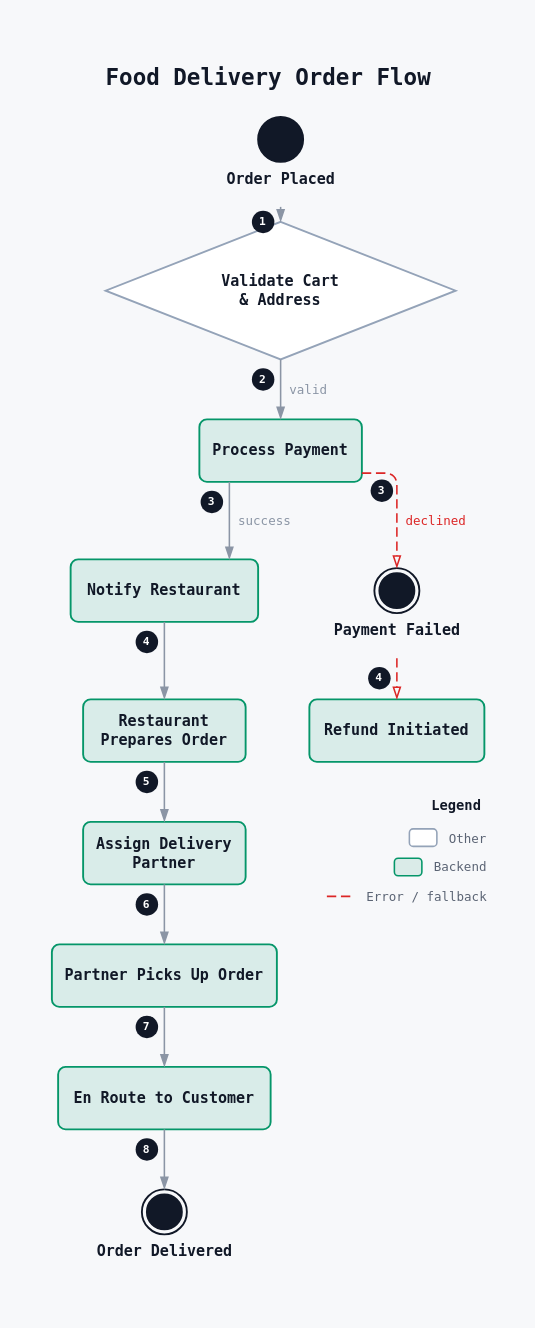
This is examples/swiggy_order_flow/swiggy_order_flow.drawio from rg12301/rdg, a draw.io file, before an edit. Source tidied: cells renumbered, new cells numbered last; positions are measured from the earlier drawing's top-left corner, leaving out a move shared by most shapes. Both pictures are drawn from the tidied source at 125%, with x=0, y=0 at pixel (21, 21).
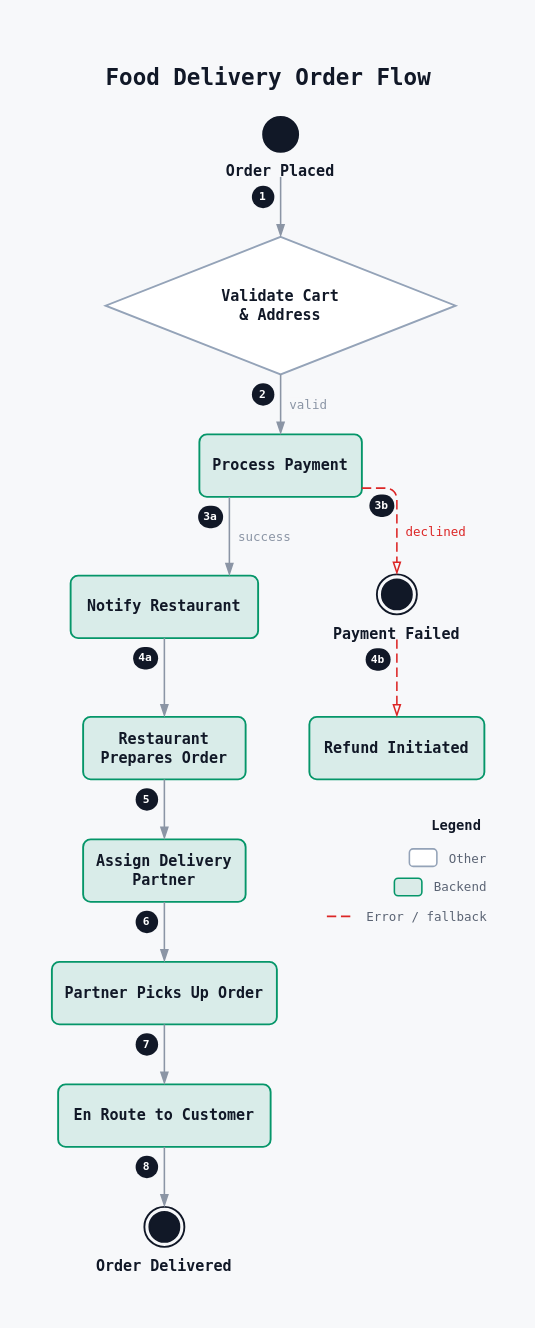
The same diagram, later.

Change to the diagram source:
```diff
@@
     <mxCell id="2" style="rounded=0;fillColor=none;strokeColor=none;selectable=0;" parent="1" vertex="1">
-      <mxGeometry width="394" height="998" as="geometry" />
+      <mxGeometry width="394" height="1028" as="geometry" />
     </mxCell>
@@
-    <mxCell id="4" value="&lt;b&gt;Order Placed&lt;/b&gt;" style="ellipse;html=1;whiteSpace=wrap;fillColor=#111827;fillOpacity=100;strokeColor=#111827;strokeWidth=1.5;shadow=0;fontFamily=JetBrains Mono, ui-monospace, SFMono-Regular, Menlo, Consolas, monospace;fontSize=12;fontColor=#111827;fontStyle=0;verticalLabelPosition=bottom;verticalAlign=top;whiteSpace=nowrap;" parent="1" vertex="1">
-      <mxGeometry x="189" y="76" width="36" height="36" as="geometry" />
+    <mxCell id="4" value="&lt;b&gt;Order Placed&lt;/b&gt;" style="rounded=0;html=1;whiteSpace=wrap;fillColor=none;fillOpacity=100;strokeColor=none;strokeWidth=1.5;shadow=0;fontFamily=JetBrains Mono, ui-monospace, SFMono-Regular, Menlo, Consolas, monospace;fontSize=12;fontColor=#111827;fontStyle=0;align=center;verticalAlign=top;spacingTop=30;spacingBottom=0;spacingLeft=0;spacingRight=0;" parent="1" vertex="1">
+      <mxGeometry x="159" y="76" width="96" height="48" as="geometry" />
     </mxCell>
+    <mxCell id="42" style="ellipse;html=1;fillColor=#111827;fillOpacity=100;strokeColor=#111827;strokeWidth=1.5;" parent="4" vertex="1">
+      <mxGeometry x="34" width="28" height="28" as="geometry" />
+    </mxCell>
     <mxCell id="5" value="&lt;b&gt;Validate Cart&lt;/b&gt;&lt;br/&gt;&lt;b&gt;&amp; Address&lt;/b&gt;" style="rhombus;html=1;whiteSpace=wrap;fillColor=#ffffff;fillOpacity=100;strokeColor=#94a3b8;strokeWidth=1.5;shadow=0;fontFamily=JetBrains Mono, ui-monospace, SFMono-Regular, Menlo, Consolas, monospace;fontSize=12;fontColor=#111827;fontStyle=0;align=center;verticalAlign=middle;spacingLeft=12;spacingRight=12;" parent="1" vertex="1">
-      <mxGeometry x="67" y="160" width="280" height="110" as="geometry" />
+      <mxGeometry x="67" y="172" width="280" height="110" as="geometry" />
     </mxCell>
     <mxCell id="6" value="&lt;b&gt;Process Payment&lt;/b&gt;" style="rounded=1;absoluteArcSize=1;arcSize=12;html=1;whiteSpace=wrap;fillColor=#059669;fillOpacity=12;strokeColor=#059669;strokeWidth=1.5;shadow=0;fontFamily=JetBrains Mono, ui-monospace, SFMono-Regular, Menlo, Consolas, monospace;fontSize=12;fontColor=#111827;fontStyle=0;align=center;verticalAlign=middle;spacingTop=4;spacingBottom=4;spacingLeft=8;spacingRight=8;" parent="1" vertex="1">
-      <mxGeometry x="142" y="318" width="130" height="50" as="geometry" />
+      <mxGeometry x="142" y="330" width="130" height="50" as="geometry" />
     </mxCell>
     <mxCell id="7" value="&lt;b&gt;Notify Restaurant&lt;/b&gt;" style="rounded=1;absoluteArcSize=1;arcSize=12;html=1;whiteSpace=wrap;fillColor=#059669;fillOpacity=12;strokeColor=#059669;strokeWidth=1.5;shadow=0;fontFamily=JetBrains Mono, ui-monospace, SFMono-Regular, Menlo, Consolas, monospace;fontSize=12;fontColor=#111827;fontStyle=0;align=center;verticalAlign=middle;spacingTop=4;spacingBottom=4;spacingLeft=8;spacingRight=8;" parent="1" vertex="1">
-      <mxGeometry x="39" y="430" width="150" height="50" as="geometry" />
+      <mxGeometry x="39" y="443" width="150" height="50" as="geometry" />
     </mxCell>
     <mxCell id="8" value="&lt;b&gt;Restaurant&lt;/b&gt;&lt;br/&gt;&lt;b&gt;Prepares Order&lt;/b&gt;" style="rounded=1;absoluteArcSize=1;arcSize=12;html=1;whiteSpace=wrap;fillColor=#059669;fillOpacity=12;strokeColor=#059669;strokeWidth=1.5;shadow=0;fontFamily=JetBrains Mono, ui-monospace, SFMono-Regular, Menlo, Consolas, monospace;fontSize=12;fontColor=#111827;fontStyle=0;align=center;verticalAlign=middle;spacingTop=4;spacingBottom=4;spacingLeft=8;spacingRight=8;" parent="1" vertex="1">
-      <mxGeometry x="49" y="542" width="130" height="50" as="geometry" />
+      <mxGeometry x="49" y="556" width="130" height="50" as="geometry" />
     </mxCell>
     <mxCell id="9" value="&lt;b&gt;Assign Delivery&lt;/b&gt;&lt;br/&gt;&lt;b&gt;Partner&lt;/b&gt;" style="rounded=1;absoluteArcSize=1;arcSize=12;html=1;whiteSpace=wrap;fillColor=#059669;fillOpacity=12;strokeColor=#059669;strokeWidth=1.5;shadow=0;fontFamily=JetBrains Mono, ui-monospace, SFMono-Regular, Menlo, Consolas, monospace;fontSize=12;fontColor=#111827;fontStyle=0;align=center;verticalAlign=middle;spacingTop=4;spacingBottom=4;spacingLeft=8;spacingRight=8;" parent="1" vertex="1">
-      <mxGeometry x="49" y="640" width="130" height="50" as="geometry" />
+      <mxGeometry x="49" y="654" width="130" height="50" as="geometry" />
     </mxCell>
     <mxCell id="10" value="&lt;b&gt;Partner Picks Up Order&lt;/b&gt;" style="rounded=1;absoluteArcSize=1;arcSize=12;html=1;whiteSpace=wrap;fillColor=#059669;fillOpacity=12;strokeColor=#059669;strokeWidth=1.5;shadow=0;fontFamily=JetBrains Mono, ui-monospace, SFMono-Regular, Menlo, Consolas, monospace;fontSize=12;fontColor=#111827;fontStyle=0;align=center;verticalAlign=middle;spacingTop=4;spacingBottom=4;spacingLeft=8;spacingRight=8;" parent="1" vertex="1">
-      <mxGeometry x="24" y="738" width="180" height="50" as="geometry" />
+      <mxGeometry x="24" y="752" width="180" height="50" as="geometry" />
     </mxCell>
     <mxCell id="11" value="&lt;b&gt;En Route to Customer&lt;/b&gt;" style="rounded=1;absoluteArcSize=1;arcSize=12;html=1;whiteSpace=wrap;fillColor=#059669;fillOpacity=12;strokeColor=#059669;strokeWidth=1.5;shadow=0;fontFamily=JetBrains Mono, ui-monospace, SFMono-Regular, Menlo, Consolas, monospace;fontSize=12;fontColor=#111827;fontStyle=0;align=center;verticalAlign=middle;spacingTop=4;spacingBottom=4;spacingLeft=8;spacingRight=8;" parent="1" vertex="1">
-      <mxGeometry x="29" y="836" width="170" height="50" as="geometry" />
+      <mxGeometry x="29" y="850" width="170" height="50" as="geometry" />
     </mxCell>
-    <mxCell id="12" value="&lt;b&gt;Order Delivered&lt;/b&gt;" style="shape=endState;html=1;whiteSpace=wrap;fillColor=#111827;fillOpacity=100;strokeColor=#111827;strokeWidth=1.5;shadow=0;fontFamily=JetBrains Mono, ui-monospace, SFMono-Regular, Menlo, Consolas, monospace;fontSize=12;fontColor=#111827;fontStyle=0;verticalLabelPosition=bottom;verticalAlign=top;whiteSpace=nowrap;" parent="1" vertex="1">
-      <mxGeometry x="96" y="934" width="36" height="36" as="geometry" />
+    <mxCell id="12" value="&lt;b&gt;Order Delivered&lt;/b&gt;" style="rounded=0;html=1;whiteSpace=wrap;fillColor=none;fillOpacity=100;strokeColor=none;strokeWidth=1.5;shadow=0;fontFamily=JetBrains Mono, ui-monospace, SFMono-Regular, Menlo, Consolas, monospace;fontSize=12;fontColor=#111827;fontStyle=0;align=center;verticalAlign=top;spacingTop=34;spacingBottom=0;spacingLeft=0;spacingRight=0;" parent="1" vertex="1">
+      <mxGeometry x="56" y="948" width="116" height="52" as="geometry" />
     </mxCell>
+    <mxCell id="43" style="shape=endState;html=1;fillColor=#111827;fillOpacity=100;strokeColor=#111827;strokeWidth=1.5;" parent="12" vertex="1">
+      <mxGeometry x="42" width="32" height="32" as="geometry" />
+    </mxCell>
-    <mxCell id="13" value="&lt;b&gt;Payment Failed&lt;/b&gt;" style="shape=endState;html=1;whiteSpace=wrap;fillColor=#111827;fillOpacity=100;strokeColor=#111827;strokeWidth=1.5;shadow=0;fontFamily=JetBrains Mono, ui-monospace, SFMono-Regular, Menlo, Consolas, monospace;fontSize=12;fontColor=#111827;fontStyle=0;verticalLabelPosition=bottom;verticalAlign=top;whiteSpace=nowrap;" parent="1" vertex="1">
-      <mxGeometry x="282" y="437" width="36" height="36" as="geometry" />
+    <mxCell id="13" value="&lt;b&gt;Payment Failed&lt;/b&gt;" style="rounded=0;html=1;whiteSpace=wrap;fillColor=none;fillOpacity=100;strokeColor=none;strokeWidth=1.5;shadow=0;fontFamily=JetBrains Mono, ui-monospace, SFMono-Regular, Menlo, Consolas, monospace;fontSize=12;fontColor=#111827;fontStyle=0;align=center;verticalAlign=top;spacingTop=34;spacingBottom=0;spacingLeft=0;spacingRight=0;" parent="1" vertex="1">
+      <mxGeometry x="244" y="442" width="112" height="52" as="geometry" />
     </mxCell>
+    <mxCell id="44" style="shape=endState;html=1;fillColor=#111827;fillOpacity=100;strokeColor=#111827;strokeWidth=1.5;" parent="13" vertex="1">
+      <mxGeometry x="40" width="32" height="32" as="geometry" />
+    </mxCell>
     <mxCell id="14" value="&lt;b&gt;Refund Initiated&lt;/b&gt;" style="rounded=1;absoluteArcSize=1;arcSize=12;html=1;whiteSpace=wrap;fillColor=#059669;fillOpacity=12;strokeColor=#059669;strokeWidth=1.5;shadow=0;fontFamily=JetBrains Mono, ui-monospace, SFMono-Regular, Menlo, Consolas, monospace;fontSize=12;fontColor=#111827;fontStyle=0;align=center;verticalAlign=middle;spacingTop=4;spacingBottom=4;spacingLeft=8;spacingRight=8;" parent="1" vertex="1">
-      <mxGeometry x="230" y="542" width="140" height="50" as="geometry" />
+      <mxGeometry x="230" y="556" width="140" height="50" as="geometry" />
     </mxCell>
-    <mxCell id="15" value="1" style="ellipse;whiteSpace=wrap;html=1;fillColor=#111827;strokeColor=none;fontColor=#ffffff;fontSize=9;fontStyle=1;fontFamily=JetBrains Mono, ui-monospace, SFMono-Regular, Menlo, Consolas, monospace;" parent="1" vertex="1">
-      <mxGeometry x="184" y="151" width="18" height="18" as="geometry" />
+    <mxCell id="15" value="1" style="rounded=1;arcSize=50;whiteSpace=wrap;html=1;fillColor=#111827;strokeColor=none;fontColor=#ffffff;fontSize=9;fontStyle=1;fontFamily=JetBrains Mono, ui-monospace, SFMono-Regular, Menlo, Consolas, monospace;spacing=0;" parent="1" vertex="1">
+      <mxGeometry x="184" y="131" width="18" height="18" as="geometry" />
     </mxCell>
-    <mxCell id="16" style="exitX=0.50000;exitY=2.0;exitDx=0;exitDy=0;exitPerimeter=0;entryX=0.50000;entryY=0.00000;entryDx=0;entryDy=0;entryPerimeter=0;edgeStyle=none;html=1;rounded=1;jumpStyle=arc;jumpSize=6;strokeColor=#8b95a5;strokeWidth=1.25;dashed=0;endArrow=blockThin;endFill=1;endSize=7;startArrow=none;labelBackgroundColor=#f7f8fa;labelBorderColor=none;fontFamily=JetBrains Mono, ui-monospace, SFMono-Regular, Menlo, Consolas, monospace;fontSize=10;fontColor=#8b95a5;" parent="1" edge="1" source="4" target="5">
+    <mxCell id="16" style="exitX=0.50000;exitY=1.00000;exitDx=0;exitDy=0;exitPerimeter=0;entryX=0.50000;entryY=0.00000;entryDx=0;entryDy=0;entryPerimeter=0;edgeStyle=none;html=1;rounded=1;jumpStyle=arc;jumpSize=6;strokeColor=#8b95a5;strokeWidth=1.25;dashed=0;endArrow=blockThin;endFill=1;endSize=7;startArrow=none;labelBackgroundColor=#f7f8fa;labelBorderColor=none;fontFamily=JetBrains Mono, ui-monospace, SFMono-Regular, Menlo, Consolas, monospace;fontSize=10;fontColor=#8b95a5;" parent="1" edge="1" source="4" target="5">
       <mxGeometry relative="1" as="geometry" />
     </mxCell>
-    <mxCell id="17" value="2" style="ellipse;whiteSpace=wrap;html=1;fillColor=#111827;strokeColor=none;fontColor=#ffffff;fontSize=9;fontStyle=1;fontFamily=JetBrains Mono, ui-monospace, SFMono-Regular, Menlo, Consolas, monospace;" parent="1" vertex="1">
-      <mxGeometry x="184" y="277" width="18" height="18" as="geometry" />
+    <mxCell id="17" value="2" style="rounded=1;arcSize=50;whiteSpace=wrap;html=1;fillColor=#111827;strokeColor=none;fontColor=#ffffff;fontSize=9;fontStyle=1;fontFamily=JetBrains Mono, ui-monospace, SFMono-Regular, Menlo, Consolas, monospace;spacing=0;" parent="1" vertex="1">
+      <mxGeometry x="184" y="289" width="18" height="18" as="geometry" />
     </mxCell>
@@
-    <mxCell id="19" value="3" style="ellipse;whiteSpace=wrap;html=1;fillColor=#111827;strokeColor=none;fontColor=#ffffff;fontSize=9;fontStyle=1;fontFamily=JetBrains Mono, ui-monospace, SFMono-Regular, Menlo, Consolas, monospace;" parent="1" vertex="1">
-      <mxGeometry x="143" y="375" width="18" height="18" as="geometry" />
+    <mxCell id="19" value="3a" style="rounded=1;arcSize=50;whiteSpace=wrap;html=1;fillColor=#111827;strokeColor=none;fontColor=#ffffff;fontSize=9;fontStyle=1;fontFamily=JetBrains Mono, ui-monospace, SFMono-Regular, Menlo, Consolas, monospace;spacing=0;" parent="1" vertex="1">
+      <mxGeometry x="141" y="387" width="20" height="18" as="geometry" />
     </mxCell>
@@
-    <mxCell id="21" value="3" style="ellipse;whiteSpace=wrap;html=1;fillColor=#111827;strokeColor=none;fontColor=#ffffff;fontSize=9;fontStyle=1;fontFamily=JetBrains Mono, ui-monospace, SFMono-Regular, Menlo, Consolas, monospace;" parent="1" vertex="1">
-      <mxGeometry x="279" y="366" width="18" height="18" as="geometry" />
+    <mxCell id="21" value="3b" style="rounded=1;arcSize=50;whiteSpace=wrap;html=1;fillColor=#111827;strokeColor=none;fontColor=#ffffff;fontSize=9;fontStyle=1;fontFamily=JetBrains Mono, ui-monospace, SFMono-Regular, Menlo, Consolas, monospace;spacing=0;" parent="1" vertex="1">
+      <mxGeometry x="278" y="378" width="20" height="18" as="geometry" />
     </mxCell>
     <mxCell id="22" value="declined" style="exitX=1.00000;exitY=0.86000;exitDx=0;exitDy=0;exitPerimeter=0;entryX=0.50000;entryY=0.00000;entryDx=0;entryDy=0;entryPerimeter=0;edgeStyle=none;html=1;rounded=1;jumpStyle=arc;jumpSize=6;strokeColor=#dc2626;strokeWidth=1.25;dashed=1;dashPattern=6 3;endArrow=blockThin;endFill=0;endSize=7;startArrow=none;labelBackgroundColor=#f7f8fa;labelBorderColor=none;fontFamily=JetBrains Mono, ui-monospace, SFMono-Regular, Menlo, Consolas, monospace;fontSize=10;fontColor=#dc2626;" parent="1" edge="1" source="6" target="13">
-      <mxGeometry x="0.27" y="31" relative="1" as="geometry">
+      <mxGeometry x="0.29" y="31" relative="1" as="geometry">
         <Array as="points">
-          <mxPoint x="300" y="361" />
+          <mxPoint x="300" y="373" />
         </Array>
       </mxGeometry>
     </mxCell>
-    <mxCell id="23" value="4" style="ellipse;whiteSpace=wrap;html=1;fillColor=#111827;strokeColor=none;fontColor=#ffffff;fontSize=9;fontStyle=1;fontFamily=JetBrains Mono, ui-monospace, SFMono-Regular, Menlo, Consolas, monospace;" parent="1" vertex="1">
-      <mxGeometry x="277" y="516" width="18" height="18" as="geometry" />
+    <mxCell id="23" value="4b" style="rounded=1;arcSize=50;whiteSpace=wrap;html=1;fillColor=#111827;strokeColor=none;fontColor=#ffffff;fontSize=9;fontStyle=1;fontFamily=JetBrains Mono, ui-monospace, SFMono-Regular, Menlo, Consolas, monospace;spacing=0;" parent="1" vertex="1">
+      <mxGeometry x="275" y="501" width="20" height="18" as="geometry" />
     </mxCell>
-    <mxCell id="24" style="exitX=0.50000;exitY=2.0;exitDx=0;exitDy=0;exitPerimeter=0;entryX=0.50000;entryY=0.00000;entryDx=0;entryDy=0;entryPerimeter=0;edgeStyle=none;html=1;rounded=1;jumpStyle=arc;jumpSize=6;strokeColor=#dc2626;strokeWidth=1.25;dashed=1;dashPattern=6 3;endArrow=blockThin;endFill=0;endSize=7;startArrow=none;labelBackgroundColor=#f7f8fa;labelBorderColor=none;fontFamily=JetBrains Mono, ui-monospace, SFMono-Regular, Menlo, Consolas, monospace;fontSize=10;fontColor=#dc2626;" parent="1" edge="1" source="13" target="14">
+    <mxCell id="24" style="exitX=0.50000;exitY=1.00000;exitDx=0;exitDy=0;exitPerimeter=0;entryX=0.50000;entryY=0.00000;entryDx=0;entryDy=0;entryPerimeter=0;edgeStyle=none;html=1;rounded=1;jumpStyle=arc;jumpSize=6;strokeColor=#dc2626;strokeWidth=1.25;dashed=1;dashPattern=6 3;endArrow=blockThin;endFill=0;endSize=7;startArrow=none;labelBackgroundColor=#f7f8fa;labelBorderColor=none;fontFamily=JetBrains Mono, ui-monospace, SFMono-Regular, Menlo, Consolas, monospace;fontSize=10;fontColor=#dc2626;" parent="1" edge="1" source="13" target="14">
       <mxGeometry relative="1" as="geometry" />
     </mxCell>
-    <mxCell id="25" value="4" style="ellipse;whiteSpace=wrap;html=1;fillColor=#111827;strokeColor=none;fontColor=#ffffff;fontSize=9;fontStyle=1;fontFamily=JetBrains Mono, ui-monospace, SFMono-Regular, Menlo, Consolas, monospace;" parent="1" vertex="1">
-      <mxGeometry x="91" y="487" width="18" height="18" as="geometry" />
+    <mxCell id="25" value="4a" style="rounded=1;arcSize=50;whiteSpace=wrap;html=1;fillColor=#111827;strokeColor=none;fontColor=#ffffff;fontSize=9;fontStyle=1;fontFamily=JetBrains Mono, ui-monospace, SFMono-Regular, Menlo, Consolas, monospace;spacing=0;" parent="1" vertex="1">
+      <mxGeometry x="89" y="500" width="20" height="18" as="geometry" />
     </mxCell>
@@
-    <mxCell id="27" value="5" style="ellipse;whiteSpace=wrap;html=1;fillColor=#111827;strokeColor=none;fontColor=#ffffff;fontSize=9;fontStyle=1;fontFamily=JetBrains Mono, ui-monospace, SFMono-Regular, Menlo, Consolas, monospace;" parent="1" vertex="1">
-      <mxGeometry x="91" y="599" width="18" height="18" as="geometry" />
+    <mxCell id="27" value="5" style="rounded=1;arcSize=50;whiteSpace=wrap;html=1;fillColor=#111827;strokeColor=none;fontColor=#ffffff;fontSize=9;fontStyle=1;fontFamily=JetBrains Mono, ui-monospace, SFMono-Regular, Menlo, Consolas, monospace;spacing=0;" parent="1" vertex="1">
+      <mxGeometry x="91" y="613" width="18" height="18" as="geometry" />
     </mxCell>
@@
-    <mxCell id="29" value="6" style="ellipse;whiteSpace=wrap;html=1;fillColor=#111827;strokeColor=none;fontColor=#ffffff;fontSize=9;fontStyle=1;fontFamily=JetBrains Mono, ui-monospace, SFMono-Regular, Menlo, Consolas, monospace;" parent="1" vertex="1">
-      <mxGeometry x="91" y="697" width="18" height="18" as="geometry" />
+    <mxCell id="29" value="6" style="rounded=1;arcSize=50;whiteSpace=wrap;html=1;fillColor=#111827;strokeColor=none;fontColor=#ffffff;fontSize=9;fontStyle=1;fontFamily=JetBrains Mono, ui-monospace, SFMono-Regular, Menlo, Consolas, monospace;spacing=0;" parent="1" vertex="1">
+      <mxGeometry x="91" y="711" width="18" height="18" as="geometry" />
     </mxCell>
@@
-    <mxCell id="31" value="7" style="ellipse;whiteSpace=wrap;html=1;fillColor=#111827;strokeColor=none;fontColor=#ffffff;fontSize=9;fontStyle=1;fontFamily=JetBrains Mono, ui-monospace, SFMono-Regular, Menlo, Consolas, monospace;" parent="1" vertex="1">
-      <mxGeometry x="91" y="795" width="18" height="18" as="geometry" />
+    <mxCell id="31" value="7" style="rounded=1;arcSize=50;whiteSpace=wrap;html=1;fillColor=#111827;strokeColor=none;fontColor=#ffffff;fontSize=9;fontStyle=1;fontFamily=JetBrains Mono, ui-monospace, SFMono-Regular, Menlo, Consolas, monospace;spacing=0;" parent="1" vertex="1">
+      <mxGeometry x="91" y="809" width="18" height="18" as="geometry" />
     </mxCell>
@@
-    <mxCell id="33" value="8" style="ellipse;whiteSpace=wrap;html=1;fillColor=#111827;strokeColor=none;fontColor=#ffffff;fontSize=9;fontStyle=1;fontFamily=JetBrains Mono, ui-monospace, SFMono-Regular, Menlo, Consolas, monospace;" parent="1" vertex="1">
-      <mxGeometry x="91" y="893" width="18" height="18" as="geometry" />
+    <mxCell id="33" value="8" style="rounded=1;arcSize=50;whiteSpace=wrap;html=1;fillColor=#111827;strokeColor=none;fontColor=#ffffff;fontSize=9;fontStyle=1;fontFamily=JetBrains Mono, ui-monospace, SFMono-Regular, Menlo, Consolas, monospace;spacing=0;" parent="1" vertex="1">
+      <mxGeometry x="91" y="907" width="18" height="18" as="geometry" />
     </mxCell>
@@
     <mxCell id="35" value="Legend" style="text;html=1;strokeColor=none;fillColor=none;align=left;verticalAlign=middle;whiteSpace=nowrap;fontFamily=JetBrains Mono, ui-monospace, SFMono-Regular, Menlo, Consolas, monospace;fontSize=11;fontColor=#111827;fontStyle=1;" parent="1" vertex="1">
-      <mxGeometry x="326.4" y="620" width="43.6" height="14.9" as="geometry" />
+      <mxGeometry x="326.4" y="636" width="43.6" height="14.9" as="geometry" />
     </mxCell>
     <mxCell id="36" style="rounded=1;absoluteArcSize=1;arcSize=6;fillColor=#ffffff;fillOpacity=100;strokeColor=#94a3b8;strokeWidth=1.25;" parent="1" vertex="1">
-      <mxGeometry x="310" y="645.6" width="22" height="14" as="geometry" />
+      <mxGeometry x="310" y="661.6" width="22" height="14" as="geometry" />
     </mxCell>
     <mxCell id="37" value="Other" style="text;html=1;strokeColor=none;fillColor=none;align=left;verticalAlign=middle;whiteSpace=nowrap;fontFamily=JetBrains Mono, ui-monospace, SFMono-Regular, Menlo, Consolas, monospace;fontSize=10;fontColor=#5b6474;fontStyle=0;" parent="1" vertex="1">
-      <mxGeometry x="340" y="640.9" width="50" height="23.5" as="geometry" />
+      <mxGeometry x="340" y="656.9" width="50" height="23.5" as="geometry" />
     </mxCell>
     <mxCell id="38" style="rounded=1;absoluteArcSize=1;arcSize=6;fillColor=#059669;fillOpacity=12;strokeColor=#059669;strokeWidth=1.25;" parent="1" vertex="1">
-      <mxGeometry x="298" y="669.1" width="22" height="14" as="geometry" />
+      <mxGeometry x="298" y="685.1" width="22" height="14" as="geometry" />
     </mxCell>
     <mxCell id="39" value="Backend" style="text;html=1;strokeColor=none;fillColor=none;align=left;verticalAlign=middle;whiteSpace=nowrap;fontFamily=JetBrains Mono, ui-monospace, SFMono-Regular, Menlo, Consolas, monospace;fontSize=10;fontColor=#5b6474;fontStyle=0;" parent="1" vertex="1">
-      <mxGeometry x="328" y="664.4" width="62" height="23.5" as="geometry" />
+      <mxGeometry x="328" y="680.4" width="62" height="23.5" as="geometry" />
     </mxCell>
     <mxCell id="40" style="endArrow=none;html=1;strokeColor=#dc2626;strokeWidth=1.25;dashed=1;dashPattern=6 3;" parent="1" edge="1">
       <mxGeometry relative="1" as="geometry">
-        <mxPoint x="244" y="699.6" as="sourcePoint" />
-        <mxPoint x="266" y="699.6" as="targetPoint" />
+        <mxPoint x="244" y="715.6" as="sourcePoint" />
+        <mxPoint x="266" y="715.6" as="targetPoint" />
       </mxGeometry>
     </mxCell>
     <mxCell id="41" value="Error / fallback" style="text;html=1;strokeColor=none;fillColor=none;align=left;verticalAlign=middle;whiteSpace=nowrap;fontFamily=JetBrains Mono, ui-monospace, SFMono-Regular, Menlo, Consolas, monospace;fontSize=10;fontColor=#5b6474;fontStyle=0;" parent="1" vertex="1">
-      <mxGeometry x="274" y="687.9" width="116" height="23.5" as="geometry" />
+      <mxGeometry x="274" y="703.9" width="116" height="23.5" as="geometry" />
     </mxCell>
```
